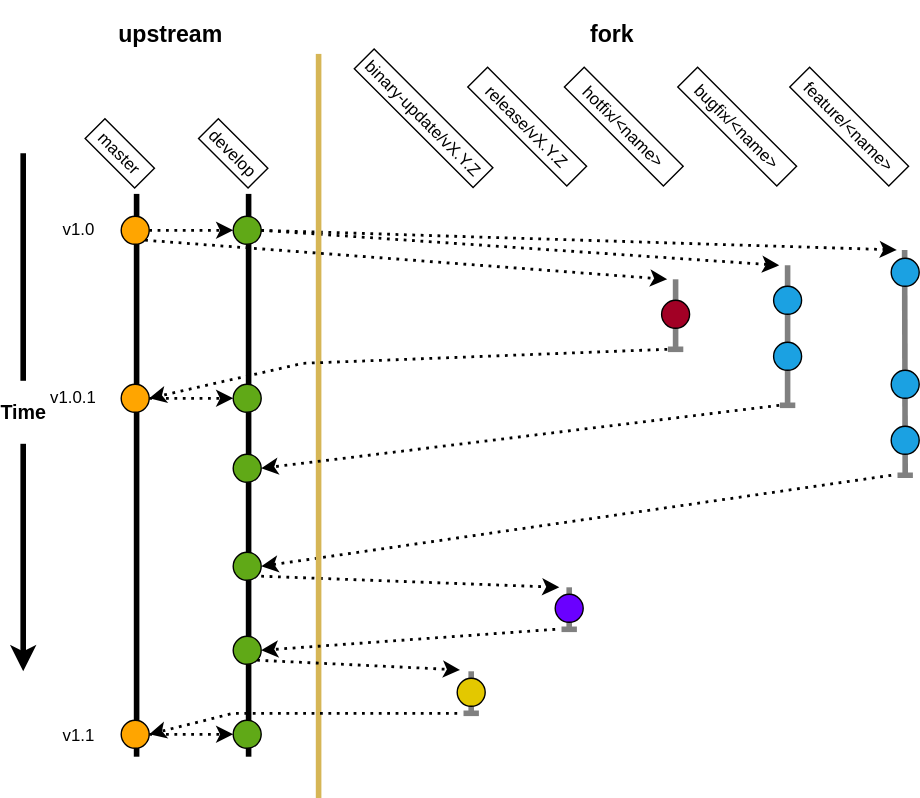
The draw.io diagram docs/figs/git_branch_structure.svg in ACCORD-NWP/tactus, before a commit. Source tidied: cells renumbered, new cells last; positions are measured from the earlier drawing's top-left corner, leaving out a move shared by most shapes.
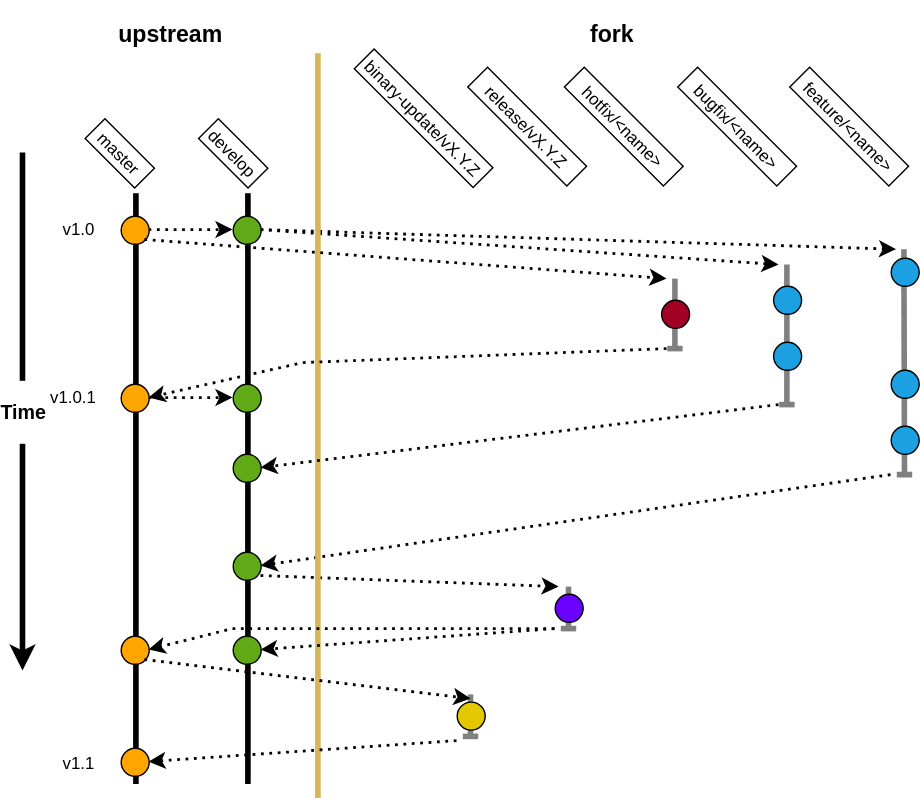
The same diagram one commit later.

Commit message:
Adjust git branch structure to make PRs from release/vX.Y.Z branches merge to master. (#1585)

What changed in the source:
```diff
@@ -24,7 +24,7 @@
       <mxGeometry x="44" y="90" width="50" height="20" as="geometry" />
     </mxCell>
     <mxCell id="6" style="strokeColor=#000000;strokeWidth=2;" parent="1" vertex="1">
-      <mxGeometry x="160" y="130" width="2" height="400" as="geometry" />
+      <mxGeometry x="160" y="130" width="2" height="420" as="geometry" />
     </mxCell>
     <mxCell id="7" value="develop" style="textColor=#0000FF;fontSize=12;rotation=45;" parent="1" vertex="1">
       <mxGeometry x="125" y="90" width="50" height="20" as="geometry" />
@@ -69,7 +69,7 @@
       <mxGeometry x="210" y="30" width="2" height="530" as="geometry" />
     </mxCell>
     <mxCell id="18" style="strokeColor=#000000;strokeWidth=2;" parent="1" vertex="1">
-      <mxGeometry x="80" y="130" width="2" height="400" as="geometry" />
+      <mxGeometry x="80" y="130" width="2" height="420" as="geometry" />
     </mxCell>
     <mxCell id="19" style="edgeStyle=none;shape=connector;rounded=0;jettySize=auto;html=1;exitX=1;exitY=0.5;exitDx=0;exitDy=0;entryX=0;entryY=0.5;entryDx=0;entryDy=0;dashed=1;dashPattern=1 2;strokeColor=default;strokeWidth=2;align=center;verticalAlign=middle;fontFamily=Helvetica;fontSize=11;fontColor=default;labelBackgroundColor=default;endArrow=classic;" parent="1" edge="1" source="20" target="13">
       <mxGeometry relative="1" as="geometry" />
@@ -152,53 +152,55 @@
     <mxCell id="40" value="release/vX.Y.Z" style="textColor=#0000FF;fontSize=12;rotation=45;" parent="1" vertex="1">
       <mxGeometry x="310" y="71" width="100" height="20" as="geometry" />
     </mxCell>
-    <mxCell id="41" style="edgeStyle=none;shape=connector;rounded=0;jettySize=auto;html=1;entryX=1;entryY=0.5;entryDx=0;entryDy=0;dashed=1;dashPattern=1 2;strokeColor=default;strokeWidth=2;align=center;verticalAlign=middle;fontFamily=Helvetica;fontSize=11;fontColor=default;labelBackgroundColor=default;endArrow=classic;" parent="1" edge="1" target="44">
+    <mxCell id="41" style="edgeStyle=none;shape=connector;rounded=0;jettySize=auto;html=1;entryX=1;entryY=0.5;entryDx=0;entryDy=0;dashed=1;dashPattern=1 2;strokeColor=default;strokeWidth=2;align=center;verticalAlign=middle;fontFamily=Helvetica;fontSize=11;fontColor=default;labelBackgroundColor=default;endArrow=classic;" parent="1" edge="1" target="53">
       <mxGeometry relative="1" as="geometry">
         <mxPoint x="380" y="440" as="sourcePoint" />
+        <Array as="points">
+          <mxPoint x="150" y="440" />
+        </Array>
       </mxGeometry>
     </mxCell>
     <mxCell id="42" style="ellipse;fillColor=#6a00ff;strokeColor=#000000;fontColor=#ffffff;" parent="1" vertex="1">
       <mxGeometry x="380" y="415" width="20" height="20" as="geometry" />
     </mxCell>
-    <mxCell id="43" style="edgeStyle=none;shape=connector;rounded=0;jettySize=auto;html=1;exitX=1;exitY=1;exitDx=0;exitDy=0;dashed=1;dashPattern=1 2;strokeColor=default;strokeWidth=2;align=center;verticalAlign=middle;fontFamily=Helvetica;fontSize=11;fontColor=default;labelBackgroundColor=default;endArrow=classic;" parent="1" edge="1" source="44">
-      <mxGeometry relative="1" as="geometry">
-        <mxPoint x="312" y="469" as="targetPoint" />
-      </mxGeometry>
-    </mxCell>
-    <mxCell id="44" style="ellipse;fillColor=#60a917;strokeColor=#000000;fontColor=#ffffff;" parent="1" vertex="1">
-      <mxGeometry x="150" y="445" width="20" height="20" as="geometry" />
-    </mxCell>
     <mxCell id="45" value="binary-update/vX.Y.Z" style="textColor=#0000FF;fontSize=12;rotation=45;" parent="1" vertex="1">
       <mxGeometry x="226" y="65" width="120" height="20" as="geometry" />
     </mxCell>
     <mxCell id="46" style="endArrow=none;html=1;rounded=0;strokeColor=#808080;strokeWidth=4;align=center;verticalAlign=middle;fontFamily=Helvetica;fontSize=11;fontColor=default;labelBackgroundColor=default;startArrow=baseDash;startFill=0;endFill=0;" parent="1" edge="1">
       <mxGeometry relative="1" as="geometry">
-        <mxPoint x="320" y="500" as="sourcePoint" />
-        <mxPoint x="320" y="470" as="targetPoint" />
+        <mxPoint x="320" y="517" as="sourcePoint" />
+        <mxPoint x="320" y="487" as="targetPoint" />
       </mxGeometry>
     </mxCell>
     <mxCell id="47" style="ellipse;fillColor=#e3c800;strokeColor=#000000;fontColor=#000000;" parent="1" vertex="1">
-      <mxGeometry x="310" y="475" width="20" height="20" as="geometry" />
+      <mxGeometry x="310" y="492" width="20" height="20" as="geometry" />
     </mxCell>
     <mxCell id="48" style="edgeStyle=none;shape=connector;rounded=0;jettySize=auto;html=1;entryX=1;entryY=0.5;entryDx=0;entryDy=0;dashed=1;dashPattern=1 2;strokeColor=default;strokeWidth=2;align=center;verticalAlign=middle;fontFamily=Helvetica;fontSize=11;fontColor=default;labelBackgroundColor=default;endArrow=classic;" parent="1" edge="1" target="50">
       <mxGeometry relative="1" as="geometry">
-        <mxPoint x="310" y="500" as="sourcePoint" />
-        <Array as="points">
-          <mxPoint x="150" y="500" />
-        </Array>
+        <mxPoint x="310" y="520" as="sourcePoint" />
       </mxGeometry>
     </mxCell>
-    <mxCell id="49" style="edgeStyle=none;shape=connector;rounded=0;jettySize=auto;html=1;exitX=1;exitY=0.5;exitDx=0;exitDy=0;entryX=0;entryY=0.5;entryDx=0;entryDy=0;dashed=1;dashPattern=1 2;strokeColor=default;strokeWidth=2;align=center;verticalAlign=middle;fontFamily=Helvetica;fontSize=11;fontColor=default;labelBackgroundColor=default;endArrow=classic;" parent="1" edge="1" source="50" target="52">
-      <mxGeometry relative="1" as="geometry" />
-    </mxCell>
     <mxCell id="50" style="ellipse;fillColor=#FFA500;strokeColor=#000000;" parent="1" vertex="1">
-      <mxGeometry x="70" y="505" width="20" height="20" as="geometry" />
+      <mxGeometry x="70" y="525" width="20" height="20" as="geometry" />
     </mxCell>
     <mxCell id="51" value="v1.1" style="text;html=1;align=center;verticalAlign=middle;whiteSpace=wrap;rounded=0;" parent="1" vertex="1">
-      <mxGeometry x="10" y="501" width="60" height="30" as="geometry" />
+      <mxGeometry x="10" y="521" width="60" height="30" as="geometry" />
     </mxCell>
-    <mxCell id="52" style="ellipse;fillColor=#60a917;strokeColor=#000000;fontColor=#ffffff;" parent="1" vertex="1">
-      <mxGeometry x="150" y="505" width="20" height="20" as="geometry" />
-    </mxCell>
+    <mxCell id="53" style="ellipse;fillColor=#FFA500;strokeColor=#000000;" parent="1" vertex="1">
+      <mxGeometry x="70" y="445" width="20" height="20" as="geometry" />
+    </mxCell>
+    <mxCell id="54" style="edgeStyle=none;shape=connector;rounded=0;jettySize=auto;html=1;exitX=1;exitY=1;exitDx=0;exitDy=0;dashed=1;dashPattern=1 2;strokeColor=default;strokeWidth=2;align=center;verticalAlign=middle;fontFamily=Helvetica;fontSize=11;fontColor=default;labelBackgroundColor=default;endArrow=classic;" parent="1" edge="1" source="53">
+      <mxGeometry relative="1" as="geometry">
+        <mxPoint x="320" y="490" as="targetPoint" />
+      </mxGeometry>
+    </mxCell>
+    <mxCell id="44" style="ellipse;fillColor=#60a917;strokeColor=#000000;fontColor=#ffffff;" parent="1" vertex="1">
+      <mxGeometry x="150" y="445" width="20" height="20" as="geometry" />
+    </mxCell>
+    <mxCell id="55" style="edgeStyle=none;shape=connector;rounded=0;jettySize=auto;html=1;dashed=1;dashPattern=1 2;strokeColor=default;strokeWidth=2;align=center;verticalAlign=middle;fontFamily=Helvetica;fontSize=11;fontColor=default;labelBackgroundColor=default;endArrow=classic;entryX=1;entryY=0.5;entryDx=0;entryDy=0;" parent="1" edge="1" target="44">
+      <mxGeometry relative="1" as="geometry">
+        <mxPoint x="380" y="440" as="sourcePoint" />
+      </mxGeometry>
+    </mxCell>
   </root>
 </mxGraphModel>
```
